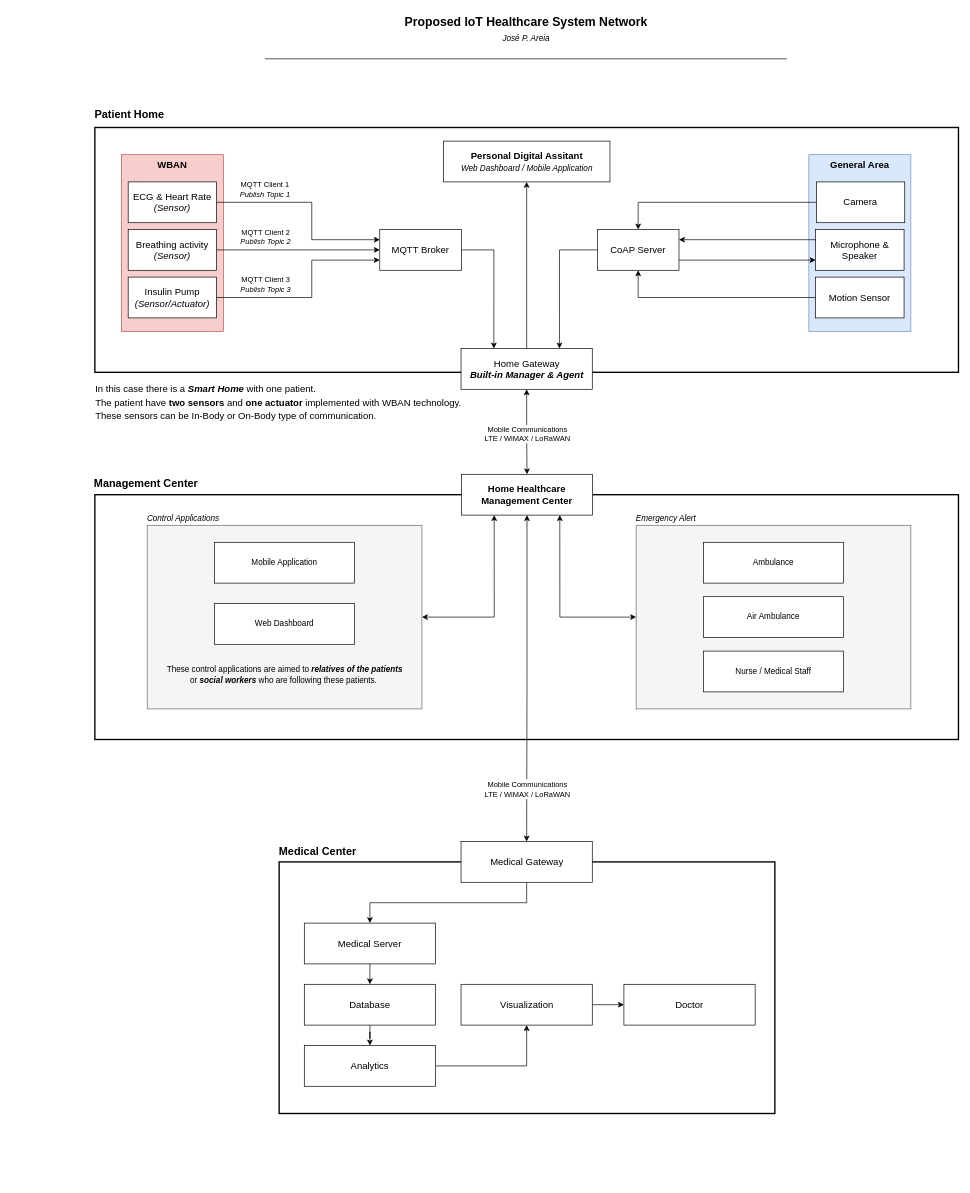
Above: diagrams/iaiotsecurity-s2x.drawio in joseareia/iaiotsecurity-s2x (draw.io), before the change. Source tidied: cells renumbered, new cells numbered last; positions are measured from the earlier drawing's top-left corner, leaving out a move shared by most shapes. Both pictures are drawn from the tidied source at 68%, with x=0, y=0 at pixel (12, 12).
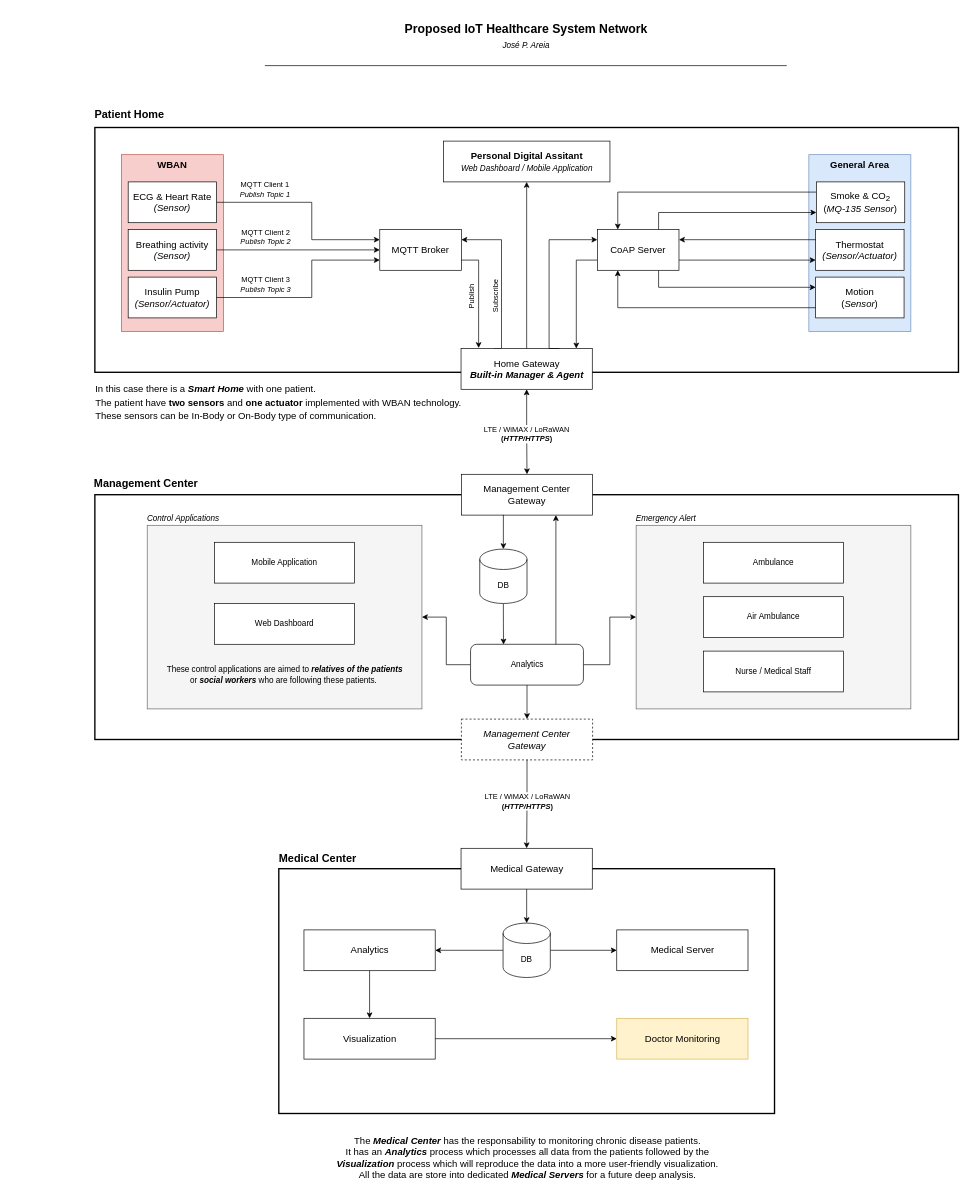
After the change.

The change refers to these unchanged cells:
```xml
<mxCell id="11" style="group;" parent="1" vertex="1">
  <mxGeometry x="1172" y="210" width="150" height="260" as="geometry" />
</mxCell>
<mxCell id="22" value="MQTT Broker" style="whiteSpace=wrap;html=1;fontSize=14;" parent="1" vertex="1">
  <mxGeometry x="541" y="320" width="120" height="60" as="geometry" />
</mxCell>
<mxCell id="37" value="CoAP Server" style="whiteSpace=wrap;html=1;fontSize=14;" parent="1" vertex="1">
  <mxGeometry x="861" y="320" width="120" height="60" as="geometry" />
</mxCell>
<mxCell id="41" value="&lt;b&gt;Personal Digital Assitant&lt;br style=&quot;font-size: 14px&quot;&gt;&lt;/b&gt;&lt;font style=&quot;font-size: 12px&quot;&gt;&lt;i&gt;Web Dashboard / Mobile Application&lt;/i&gt;&lt;/font&gt;" style="whiteSpace=wrap;html=1;fontSize=14;" parent="1" vertex="1">
  <mxGeometry x="634.5" y="190" width="245" height="60" as="geometry" />
</mxCell>
<mxCell id="48" style="rounded=0;whiteSpace=wrap;html=1;fontSize=12;fillColor=#f5f5f5;strokeWidth=1;fontColor=#333333;strokeColor=#666666;" parent="1" vertex="1">
  <mxGeometry x="199" y="755" width="404" height="270" as="geometry" />
</mxCell>
<mxCell id="49" style="rounded=0;whiteSpace=wrap;html=1;fontSize=12;fillColor=#f5f5f5;strokeWidth=1;fontColor=#333333;strokeColor=#666666;" parent="1" vertex="1">
  <mxGeometry x="918" y="755" width="404" height="270" as="geometry" />
</mxCell>
```

Diff of the diagram source:
```diff
@@
-    <mxCell id="2" value="&lt;div style=&quot;font-size: 14px;&quot;&gt;&lt;br&gt;&lt;/div&gt;" style="text;html=1;align=left;verticalAlign=middle;strokeColor=none;fillColor=none;fontSize=14;" parent="1" vertex="1">
-      <mxGeometry y="505" width="20" height="30" as="geometry" />
-    </mxCell>
@@
     <mxCell id="4" style="group;flipH=1;flipV=0;" parent="1" vertex="1">
-      <mxGeometry x="372" width="770" height="70" as="geometry" />
+      <mxGeometry x="372" y="10" width="770" height="70" as="geometry" />
     </mxCell>
@@
-    <mxCell id="13" value="&lt;div&gt;Camera&lt;/div&gt;" style="rounded=0;whiteSpace=wrap;html=1;fontSize=14;align=center;" parent="11" vertex="1">
+    <mxCell id="13" value="Smoke &amp;amp; CO&lt;sub&gt;2&lt;/sub&gt;&lt;br&gt;(&lt;i&gt;MQ-135 Sensor&lt;/i&gt;)" style="rounded=0;whiteSpace=wrap;html=1;fontSize=14;align=center;" parent="11" vertex="1">
       <mxGeometry x="11" y="40" width="130" height="60" as="geometry" />
     </mxCell>
-    <mxCell id="14" value="&lt;div&gt;Microphone &amp;amp; Speaker&lt;/div&gt;" style="rounded=0;whiteSpace=wrap;html=1;fontSize=14;align=center;" parent="11" vertex="1">
+    <mxCell id="14" value="&lt;div&gt;Thermostat&lt;/div&gt;&lt;div&gt;&lt;i&gt;(Sensor/Actuator)&lt;/i&gt;&lt;/div&gt;" style="rounded=0;whiteSpace=wrap;html=1;fontSize=14;align=center;" parent="11" vertex="1">
       <mxGeometry x="10" y="110" width="130" height="60" as="geometry" />
     </mxCell>
-    <mxCell id="15" value="Motion Sensor" style="rounded=0;whiteSpace=wrap;html=1;fontSize=14;align=center;" parent="11" vertex="1">
+    <mxCell id="15" value="Motion&lt;br&gt;(&lt;i&gt;Sensor&lt;/i&gt;)" style="rounded=0;whiteSpace=wrap;html=1;fontSize=14;align=center;" parent="11" vertex="1">
       <mxGeometry x="10" y="180" width="130" height="60" as="geometry" />
     </mxCell>
@@
-    <mxCell id="21" style="edgeStyle=orthogonalEdgeStyle;rounded=0;jettySize=auto;html=1;exitX=1;exitY=0.5;exitDx=0;exitDy=0;entryX=0.25;entryY=0;entryDx=0;entryDy=0;fontSize=12;startArrow=none;startFill=0;" parent="1" edge="1" source="22" target="32">
-      <mxGeometry relative="1" as="geometry" />
-    </mxCell>
@@
-    <mxCell id="29" style="edgeStyle=orthogonalEdgeStyle;rounded=0;jettySize=auto;html=1;exitX=0.5;exitY=1;exitDx=0;exitDy=0;entryX=0.5;entryY=0;entryDx=0;entryDy=0;startArrow=classic;startFill=1;" parent="1" edge="1" source="32" target="47">
-      <mxGeometry relative="1" as="geometry" />
-    </mxCell>
-    <mxCell id="30" value="Mobile Communications&lt;br&gt;LTE / WiMAX / LoRaWAN" style="edgeLabel;html=1;align=center;verticalAlign=middle;" parent="29" vertex="1">
-      <mxGeometry x="-0.15" y="1" relative="1" as="geometry">
-        <mxPoint x="-1" y="12" as="offset" />
-      </mxGeometry>
-    </mxCell>
-    <mxCell id="31" style="edgeStyle=orthogonalEdgeStyle;rounded=0;jettySize=auto;html=1;exitX=0.5;exitY=0;exitDx=0;exitDy=0;entryX=0.5;entryY=1;entryDx=0;entryDy=0;fontSize=12;startArrow=none;startFill=0;" parent="1" edge="1" source="32" target="41">
-      <mxGeometry relative="1" as="geometry" />
-    </mxCell>
+    <mxCell id="71" style="edgeStyle=orthogonalEdgeStyle;rounded=0;jettySize=auto;html=1;exitX=0.25;exitY=0;exitDx=0;exitDy=0;entryX=1;entryY=0.25;entryDx=0;entryDy=0;" parent="1" edge="1" source="32" target="22">
+      <mxGeometry relative="1" as="geometry">
+        <Array as="points">
+          <mxPoint x="720" y="495" />
+          <mxPoint x="720" y="335" />
+        </Array>
+      </mxGeometry>
+    </mxCell>
+    <mxCell id="72" value="Subscribe" style="edgeLabel;html=1;align=center;verticalAlign=middle;horizontal=0;" parent="71" vertex="1">
+      <mxGeometry x="-0.01" y="3" relative="1" as="geometry">
+        <mxPoint x="-6" y="27" as="offset" />
+      </mxGeometry>
+    </mxCell>
-    <mxCell id="32" value="Home Gateway&lt;br&gt;&lt;i&gt;&lt;b&gt;Built-in Manager &amp;amp; Agent&lt;/b&gt;&lt;/i&gt;" style="whiteSpace=wrap;html=1;fontSize=14;" parent="1" vertex="1">
+    <mxCell id="32" value="Home Gateway&lt;br&gt;&lt;i&gt;&lt;b&gt;Built-in Manager &amp;amp; Agent&lt;/b&gt;&lt;/i&gt;" style="whiteSpace=wrap;html=1;fontSize=14;strokeWidth=1;" parent="1" vertex="1">
       <mxGeometry x="660.5" y="495" width="193" height="60" as="geometry" />
     </mxCell>
+    <mxCell id="21" style="edgeStyle=orthogonalEdgeStyle;rounded=0;jettySize=auto;html=1;exitX=1;exitY=0.75;exitDx=0;exitDy=0;entryX=0.134;entryY=-0.011;entryDx=0;entryDy=0;fontSize=12;startArrow=none;startFill=0;entryPerimeter=0;" parent="1" edge="1" source="22" target="32">
+      <mxGeometry relative="1" as="geometry">
+        <Array as="points">
+          <mxPoint x="686" y="365" />
+          <mxPoint x="686" y="494" />
+        </Array>
+      </mxGeometry>
+    </mxCell>
+    <mxCell id="73" value="Publish" style="edgeLabel;html=1;align=center;verticalAlign=middle;horizontal=0;" parent="21" vertex="1">
+      <mxGeometry x="-0.08" y="-1" relative="1" as="geometry">
+        <mxPoint x="-10" y="9" as="offset" />
+      </mxGeometry>
+    </mxCell>
-    <mxCell id="33" style="rounded=0;whiteSpace=wrap;html=1;fontSize=14;fillColor=none;strokeWidth=2;" parent="1" vertex="1">
+    <mxCell id="33" value="&amp;nbsp; &amp;nbsp;" style="rounded=0;whiteSpace=wrap;html=1;fontSize=14;fillColor=none;strokeWidth=2;" parent="1" vertex="1">
       <mxGeometry x="122" y="710" width="1270" height="360" as="geometry" />
     </mxCell>
@@
-    <mxCell id="36" style="edgeStyle=orthogonalEdgeStyle;rounded=0;jettySize=auto;html=1;exitX=0;exitY=0.5;exitDx=0;exitDy=0;entryX=0.75;entryY=0;entryDx=0;entryDy=0;fontSize=12;startArrow=none;startFill=0;" parent="1" edge="1" source="37" target="32">
-      <mxGeometry relative="1" as="geometry" />
+    <mxCell id="36" style="edgeStyle=orthogonalEdgeStyle;rounded=0;jettySize=auto;html=1;exitX=0;exitY=0.75;exitDx=0;exitDy=0;fontSize=12;startArrow=none;startFill=0;" parent="1" edge="1" source="37">
+      <mxGeometry relative="1" as="geometry">
+        <mxPoint x="830" y="495" as="targetPoint" />
+        <Array as="points">
+          <mxPoint x="830" y="365" />
+          <mxPoint x="830" y="495" />
+        </Array>
+      </mxGeometry>
     </mxCell>
+    <mxCell id="74" style="edgeStyle=orthogonalEdgeStyle;rounded=0;jettySize=auto;html=1;exitX=0.75;exitY=1;exitDx=0;exitDy=0;entryX=0;entryY=0.25;entryDx=0;entryDy=0;" parent="1" edge="1" source="37" target="15">
+      <mxGeometry relative="1" as="geometry" />
+    </mxCell>
+    <mxCell id="75" style="edgeStyle=orthogonalEdgeStyle;rounded=0;jettySize=auto;html=1;exitX=0.75;exitY=0;exitDx=0;exitDy=0;entryX=0;entryY=0.75;entryDx=0;entryDy=0;" parent="1" edge="1" source="37" target="13">
+      <mxGeometry relative="1" as="geometry" />
+    </mxCell>
@@
+    <mxCell id="76" style="edgeStyle=orthogonalEdgeStyle;rounded=0;jettySize=auto;html=1;exitX=0.75;exitY=0;exitDx=0;exitDy=0;entryX=0;entryY=0.25;entryDx=0;entryDy=0;" parent="1" edge="1" source="32" target="37">
+      <mxGeometry relative="1" as="geometry">
+        <Array as="points">
+          <mxPoint x="790" y="495" />
+          <mxPoint x="790" y="335" />
+        </Array>
+      </mxGeometry>
+    </mxCell>
@@
-    <mxCell id="39" style="edgeStyle=orthogonalEdgeStyle;rounded=0;jettySize=auto;html=1;exitX=0;exitY=0.5;exitDx=0;exitDy=0;entryX=0.5;entryY=1;entryDx=0;entryDy=0;" parent="1" edge="1" source="15" target="37">
+    <mxCell id="39" style="edgeStyle=orthogonalEdgeStyle;rounded=0;jettySize=auto;html=1;exitX=0;exitY=0.75;exitDx=0;exitDy=0;entryX=0.25;entryY=1;entryDx=0;entryDy=0;" parent="1" edge="1" source="15" target="37">
       <mxGeometry relative="1" as="geometry" />
     </mxCell>
-    <mxCell id="40" style="edgeStyle=orthogonalEdgeStyle;rounded=0;jettySize=auto;html=1;exitX=0;exitY=0.5;exitDx=0;exitDy=0;entryX=0.5;entryY=0;entryDx=0;entryDy=0;" parent="1" edge="1" source="13" target="37">
-      <mxGeometry relative="1" as="geometry" />
-    </mxCell>
@@
-    <mxCell id="42" style="edgeStyle=orthogonalEdgeStyle;rounded=0;jettySize=auto;html=1;exitX=0.25;exitY=1;exitDx=0;exitDy=0;entryX=1;entryY=0.5;entryDx=0;entryDy=0;fontSize=12;startArrow=classic;startFill=1;" parent="1" edge="1" source="47" target="48">
-      <mxGeometry relative="1" as="geometry" />
-    </mxCell>
-    <mxCell id="43" style="edgeStyle=orthogonalEdgeStyle;rounded=0;jettySize=auto;html=1;exitX=0.75;exitY=1;exitDx=0;exitDy=0;entryX=0;entryY=0.5;entryDx=0;entryDy=0;fontSize=12;startArrow=classic;startFill=1;" parent="1" edge="1" source="47" target="49">
-      <mxGeometry relative="1" as="geometry" />
-    </mxCell>
-    <mxCell id="44" style="edgeStyle=orthogonalEdgeStyle;rounded=0;jettySize=auto;html=1;exitX=0.5;exitY=1;exitDx=0;exitDy=0;entryX=0.5;entryY=0;entryDx=0;entryDy=0;fontSize=12;startArrow=classic;startFill=1;" parent="1" edge="1" source="47" target="61">
-      <mxGeometry relative="1" as="geometry" />
-    </mxCell>
-    <mxCell id="45" style="edgeLabel;html=1;align=center;verticalAlign=middle;fontSize=12;" parent="44" vertex="1">
-      <mxGeometry x="0.63" y="1" relative="1" as="geometry">
-        <mxPoint y="1" as="offset" />
-      </mxGeometry>
-    </mxCell>
-    <mxCell id="46" value="&lt;span style=&quot;font-size: 11px&quot;&gt;Mobile Communications&lt;/span&gt;&lt;br style=&quot;font-size: 11px&quot;&gt;&lt;span style=&quot;font-size: 11px&quot;&gt;LTE / WiMAX / LoRaWAN&lt;/span&gt;" style="edgeLabel;html=1;align=center;verticalAlign=middle;fontSize=12;" parent="44" vertex="1">
-      <mxGeometry x="0.7" relative="1" as="geometry">
-        <mxPoint y="-5" as="offset" />
-      </mxGeometry>
-    </mxCell>
+    <mxCell id="31" style="edgeStyle=orthogonalEdgeStyle;rounded=0;jettySize=auto;html=1;exitX=0.5;exitY=0;exitDx=0;exitDy=0;entryX=0.5;entryY=1;entryDx=0;entryDy=0;fontSize=12;startArrow=none;startFill=0;" parent="1" edge="1" source="32" target="41">
+      <mxGeometry relative="1" as="geometry" />
+    </mxCell>
-    <mxCell id="47" value="Home Healthcare Management Center" style="whiteSpace=wrap;html=1;fontSize=14;fontStyle=1;" parent="1" vertex="1">
+    <mxCell id="47" value="Management Center&lt;br&gt;Gateway" style="whiteSpace=wrap;html=1;fontSize=14;fontStyle=0;" parent="1" vertex="1">
       <mxGeometry x="661" y="680" width="193" height="60" as="geometry" />
     </mxCell>
+    <mxCell id="29" style="edgeStyle=orthogonalEdgeStyle;rounded=0;jettySize=auto;html=1;exitX=0.5;exitY=1;exitDx=0;exitDy=0;entryX=0.5;entryY=0;entryDx=0;entryDy=0;startArrow=classic;startFill=1;" parent="1" edge="1" source="32" target="47">
+      <mxGeometry relative="1" as="geometry" />
+    </mxCell>
+    <mxCell id="30" value="LTE / WiMAX / LoRaWAN&lt;br&gt;&lt;b&gt;(&lt;i&gt;HTTP/HTTPS&lt;/i&gt;)&lt;/b&gt;" style="edgeLabel;html=1;align=center;verticalAlign=middle;" parent="29" vertex="1">
+      <mxGeometry x="-0.15" y="1" relative="1" as="geometry">
+        <mxPoint x="-2" y="12" as="offset" />
+      </mxGeometry>
+    </mxCell>
@@
+    <mxCell id="77" style="edgeStyle=orthogonalEdgeStyle;rounded=0;jettySize=auto;html=1;exitX=0;exitY=0.5;exitDx=0;exitDy=0;entryX=1;entryY=0.5;entryDx=0;entryDy=0;" parent="1" edge="1" source="80" target="48">
+      <mxGeometry relative="1" as="geometry" />
+    </mxCell>
+    <mxCell id="78" style="edgeStyle=orthogonalEdgeStyle;rounded=0;jettySize=auto;html=1;exitX=1;exitY=0.5;exitDx=0;exitDy=0;entryX=0;entryY=0.5;entryDx=0;entryDy=0;" parent="1" edge="1" source="80" target="49">
+      <mxGeometry relative="1" as="geometry" />
+    </mxCell>
+    <mxCell id="79" style="edgeStyle=orthogonalEdgeStyle;rounded=0;jettySize=auto;html=1;exitX=0.75;exitY=0;exitDx=0;exitDy=0;fontSize=12;" parent="1" edge="1" source="80">
+      <mxGeometry relative="1" as="geometry">
+        <mxPoint x="800" y="740" as="targetPoint" />
+        <Array as="points">
+          <mxPoint x="800" y="945" />
+          <mxPoint x="800" y="740" />
+        </Array>
+      </mxGeometry>
+    </mxCell>
+    <mxCell id="80" value="Analytics" style="whiteSpace=wrap;html=1;fontSize=12;strokeWidth=1;rounded=1;" parent="1" vertex="1">
+      <mxGeometry x="674.5" y="930" width="166" height="60" as="geometry" />
+    </mxCell>
+    <mxCell id="40" style="edgeStyle=orthogonalEdgeStyle;rounded=0;jettySize=auto;html=1;exitX=0;exitY=0.25;exitDx=0;exitDy=0;entryX=0.25;entryY=0;entryDx=0;entryDy=0;" parent="1" edge="1" source="13" target="37">
+      <mxGeometry relative="1" as="geometry" />
+    </mxCell>
+    <mxCell id="81" style="edgeStyle=orthogonalEdgeStyle;rounded=0;jettySize=auto;html=1;exitX=0.5;exitY=1;exitDx=0;exitDy=0;exitPerimeter=0;entryX=0.292;entryY=0.006;entryDx=0;entryDy=0;fontSize=12;entryPerimeter=0;" parent="1" edge="1" source="82" target="80">
+      <mxGeometry relative="1" as="geometry" />
+    </mxCell>
+    <mxCell id="82" value="DB" style="shape=cylinder3;whiteSpace=wrap;html=1;boundedLbl=1;backgroundOutline=1;size=15;rounded=1;fontSize=12;" parent="1" vertex="1">
+      <mxGeometry x="688" y="790" width="69.5" height="80" as="geometry" />
+    </mxCell>
+    <mxCell id="83" style="edgeStyle=orthogonalEdgeStyle;rounded=0;jettySize=auto;html=1;exitX=0.32;exitY=0.994;exitDx=0;exitDy=0;entryX=0.5;entryY=0;entryDx=0;entryDy=0;entryPerimeter=0;fontSize=12;exitPerimeter=0;" parent="1" edge="1" source="47" target="82">
+      <mxGeometry relative="1" as="geometry" />
+    </mxCell>
+    <mxCell id="84" value="Management Center&lt;br&gt;Gateway" style="whiteSpace=wrap;html=1;fontSize=14;fontStyle=2;dashed=1;" parent="1" vertex="1">
+      <mxGeometry x="661" y="1040" width="193" height="60" as="geometry" />
+    </mxCell>
+    <mxCell id="85" style="edgeStyle=orthogonalEdgeStyle;rounded=0;jettySize=auto;html=1;exitX=0.5;exitY=1;exitDx=0;exitDy=0;entryX=0.5;entryY=0;entryDx=0;entryDy=0;fontSize=12;" parent="1" edge="1" source="80" target="84">
+      <mxGeometry relative="1" as="geometry" />
+    </mxCell>
+    <mxCell id="86" value="The&amp;nbsp;&lt;b style=&quot;font-style: italic&quot;&gt;Medical Center&amp;nbsp;&lt;/b&gt;has the responsability to monitoring chronic disease patients.&lt;br&gt;It has an &lt;b&gt;&lt;i&gt;Analytics&lt;/i&gt;&lt;/b&gt;&amp;nbsp;process which processes all data from the patients followed by the &lt;br&gt;&lt;i style=&quot;font-weight: bold&quot;&gt;Visualization&lt;/i&gt;&amp;nbsp;process which will reproduce the data into a more user-friendly visualization.&lt;br&gt;All the data are store into dedicated &lt;i style=&quot;font-weight: bold&quot;&gt;Medical Servers &lt;/i&gt;for a future deep analysis." style="text;html=1;align=center;verticalAlign=middle;strokeColor=none;fillColor=none;fontSize=14;" parent="1" vertex="1">
+      <mxGeometry x="467.5" y="1650" width="580" height="70" as="geometry" />
+    </mxCell>
+    <mxCell id="87" style="group;" parent="1" vertex="1">
+      <mxGeometry x="392.5" y="1230" width="729" height="390" as="geometry" />
+    </mxCell>
-    <mxCell id="58" style="rounded=0;whiteSpace=wrap;html=1;fontSize=14;fillColor=none;strokeWidth=2;" parent="1" vertex="1">
-      <mxGeometry x="393" y="1250" width="729" height="370" as="geometry" />
+    <mxCell id="58" style="rounded=0;whiteSpace=wrap;html=1;fontSize=14;fillColor=none;strokeWidth=2;" parent="87" vertex="1">
+      <mxGeometry y="30" width="729" height="360" as="geometry" />
     </mxCell>
-    <mxCell id="59" value="&lt;b&gt;&lt;font style=&quot;font-size: 16px&quot;&gt;Medical Center&lt;/font&gt;&lt;/b&gt;" style="text;html=1;align=left;verticalAlign=middle;strokeColor=none;fillColor=none;fontSize=14;spacing=0;" parent="1" vertex="1">
-      <mxGeometry x="393" y="1224" width="130" height="20" as="geometry" />
+    <mxCell id="59" value="&lt;b&gt;&lt;font style=&quot;font-size: 16px&quot;&gt;Medical Center&lt;/font&gt;&lt;/b&gt;" style="text;html=1;align=left;verticalAlign=middle;strokeColor=none;fillColor=none;fontSize=14;spacing=0;" parent="87" vertex="1">
+      <mxGeometry y="4" width="130" height="20" as="geometry" />
     </mxCell>
-    <mxCell id="60" style="edgeStyle=orthogonalEdgeStyle;rounded=0;jettySize=auto;html=1;exitX=0.5;exitY=1;exitDx=0;exitDy=0;entryX=0.5;entryY=0;entryDx=0;entryDy=0;fontSize=12;startArrow=none;startFill=0;" parent="1" edge="1" source="61" target="63">
-      <mxGeometry relative="1" as="geometry" />
-    </mxCell>
-    <mxCell id="61" value="Medical Gateway" style="whiteSpace=wrap;html=1;fontSize=14;fontStyle=0;" parent="1" vertex="1">
-      <mxGeometry x="660.5" y="1220" width="193" height="60" as="geometry" />
+    <mxCell id="61" value="Medical Gateway" style="whiteSpace=wrap;html=1;fontSize=14;fontStyle=0;" parent="87" vertex="1">
+      <mxGeometry x="268" width="193" height="60" as="geometry" />
     </mxCell>
-    <mxCell id="62" style="edgeStyle=orthogonalEdgeStyle;rounded=0;jettySize=auto;html=1;exitX=0.5;exitY=1;exitDx=0;exitDy=0;entryX=0.5;entryY=0;entryDx=0;entryDy=0;fontSize=12;startArrow=none;startFill=0;" parent="1" edge="1" source="63" target="65">
-      <mxGeometry relative="1" as="geometry" />
-    </mxCell>
-    <mxCell id="63" value="Medical Server" style="whiteSpace=wrap;html=1;fontSize=14;fontStyle=0;" parent="1" vertex="1">
-      <mxGeometry x="430" y="1340" width="193" height="60" as="geometry" />
+    <mxCell id="63" value="Medical Server" style="whiteSpace=wrap;html=1;fontSize=14;fontStyle=0;" parent="87" vertex="1">
+      <mxGeometry x="497" y="120" width="193" height="60" as="geometry" />
     </mxCell>
-    <mxCell id="64" style="edgeStyle=orthogonalEdgeStyle;rounded=0;jettySize=auto;html=1;fontSize=12;startArrow=none;startFill=0;" parent="1" edge="1" source="65" target="67">
-      <mxGeometry relative="1" as="geometry" />
-    </mxCell>
-    <mxCell id="65" value="Database" style="whiteSpace=wrap;html=1;fontSize=14;fontStyle=0;" parent="1" vertex="1">
-      <mxGeometry x="430" y="1430" width="193" height="60" as="geometry" />
-    </mxCell>
+    <mxCell id="67" value="Analytics" style="whiteSpace=wrap;html=1;fontSize=14;fontStyle=0;" parent="87" vertex="1">
+      <mxGeometry x="37" y="120" width="193" height="60" as="geometry" />
+    </mxCell>
+    <mxCell id="69" value="Visualization" style="whiteSpace=wrap;html=1;fontSize=14;fontStyle=0;" parent="87" vertex="1">
+      <mxGeometry x="37" y="250" width="193" height="60" as="geometry" />
+    </mxCell>
-    <mxCell id="66" style="edgeStyle=orthogonalEdgeStyle;rounded=0;jettySize=auto;html=1;fontSize=12;startArrow=none;startFill=0;" parent="1" edge="1" source="67" target="69">
+    <mxCell id="66" style="edgeStyle=orthogonalEdgeStyle;rounded=0;jettySize=auto;html=1;exitX=0.5;exitY=1;exitDx=0;exitDy=0;entryX=0.5;entryY=0;entryDx=0;entryDy=0;fontSize=12;" parent="87" edge="1" source="67" target="69">
       <mxGeometry relative="1" as="geometry" />
     </mxCell>
-    <mxCell id="67" value="Analytics" style="whiteSpace=wrap;html=1;fontSize=14;fontStyle=0;" parent="1" vertex="1">
-      <mxGeometry x="430" y="1520" width="193" height="60" as="geometry" />
-    </mxCell>
+    <mxCell id="70" value="Doctor Monitoring" style="whiteSpace=wrap;html=1;fontSize=14;fontStyle=0;fillColor=#fff2cc;strokeColor=#d6b656;" parent="87" vertex="1">
+      <mxGeometry x="497" y="250" width="193" height="60" as="geometry" />
+    </mxCell>
-    <mxCell id="68" style="edgeStyle=orthogonalEdgeStyle;rounded=0;jettySize=auto;html=1;fontSize=12;startArrow=none;startFill=0;" parent="1" edge="1" source="69" target="70">
+    <mxCell id="68" style="edgeStyle=orthogonalEdgeStyle;rounded=0;jettySize=auto;html=1;exitX=1;exitY=0.5;exitDx=0;exitDy=0;entryX=0;entryY=0.5;entryDx=0;entryDy=0;fontSize=12;" parent="87" edge="1" source="69" target="70">
       <mxGeometry relative="1" as="geometry" />
     </mxCell>
-    <mxCell id="69" value="Visualization" style="whiteSpace=wrap;html=1;fontSize=14;fontStyle=0;" parent="1" vertex="1">
-      <mxGeometry x="660.5" y="1430" width="193" height="60" as="geometry" />
-    </mxCell>
-    <mxCell id="70" value="Doctor" style="whiteSpace=wrap;html=1;fontSize=14;fontStyle=0;" parent="1" vertex="1">
-      <mxGeometry x="900" y="1430" width="193" height="60" as="geometry" />
-    </mxCell>
+    <mxCell id="88" style="edgeStyle=orthogonalEdgeStyle;rounded=0;jettySize=auto;html=1;exitX=1;exitY=0.5;exitDx=0;exitDy=0;exitPerimeter=0;entryX=0;entryY=0.5;entryDx=0;entryDy=0;fontSize=12;" parent="87" edge="1" source="90" target="63">
+      <mxGeometry relative="1" as="geometry" />
+    </mxCell>
+    <mxCell id="89" style="edgeStyle=orthogonalEdgeStyle;rounded=0;jettySize=auto;html=1;exitX=0;exitY=0.5;exitDx=0;exitDy=0;exitPerimeter=0;entryX=1;entryY=0.5;entryDx=0;entryDy=0;fontSize=12;" parent="87" edge="1" source="90" target="67">
+      <mxGeometry relative="1" as="geometry" />
+    </mxCell>
+    <mxCell id="90" value="DB" style="shape=cylinder3;whiteSpace=wrap;html=1;boundedLbl=1;backgroundOutline=1;size=15;rounded=1;fontSize=12;" parent="87" vertex="1">
+      <mxGeometry x="329.8" y="110" width="69.5" height="80" as="geometry" />
+    </mxCell>
+    <mxCell id="91" style="edgeStyle=orthogonalEdgeStyle;rounded=0;jettySize=auto;html=1;exitX=0.5;exitY=1;exitDx=0;exitDy=0;entryX=0.5;entryY=0;entryDx=0;entryDy=0;entryPerimeter=0;fontSize=12;" parent="87" edge="1" source="61" target="90">
+      <mxGeometry relative="1" as="geometry" />
+    </mxCell>
+    <mxCell id="92" style="edgeStyle=orthogonalEdgeStyle;rounded=0;jettySize=auto;html=1;exitX=0.5;exitY=1;exitDx=0;exitDy=0;entryX=0.5;entryY=0;entryDx=0;entryDy=0;" parent="1" edge="1" source="84" target="61">
+      <mxGeometry relative="1" as="geometry" />
+    </mxCell>
+    <mxCell id="93" style="edgeLabel;html=1;align=center;verticalAlign=middle;" parent="92" vertex="1">
+      <mxGeometry x="0.1" y="-2" relative="1" as="geometry" />
+    </mxCell>
+    <mxCell id="94" value="LTE / WiMAX / LoRaWAN&lt;br&gt;&lt;b&gt;(&lt;i&gt;HTTP/HTTPS&lt;/i&gt;)&lt;/b&gt;" style="edgeLabel;html=1;align=center;verticalAlign=middle;" parent="92" vertex="1">
+      <mxGeometry x="0.28" y="4" relative="1" as="geometry">
+        <mxPoint x="-4" y="-23" as="offset" />
+      </mxGeometry>
+    </mxCell>
```
